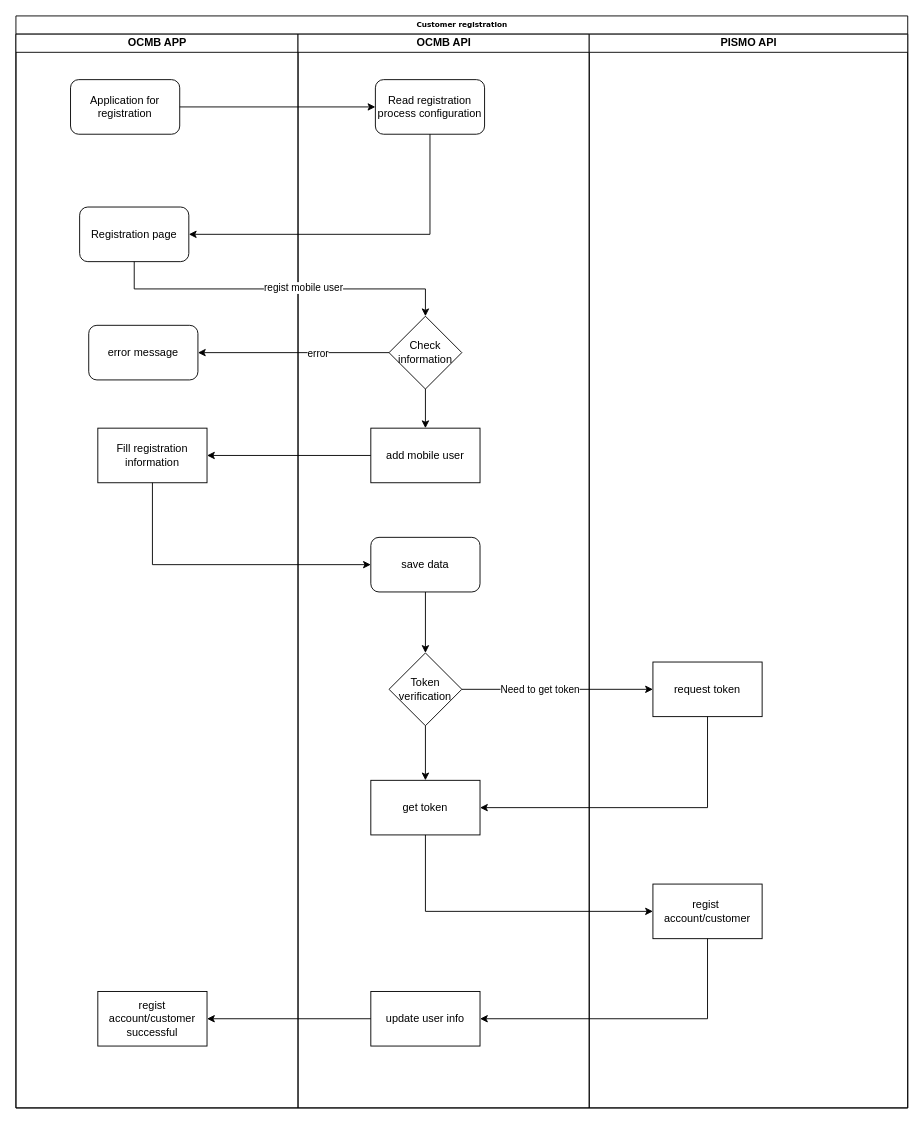
This is user/Untitled Diagram.drawio from jiangwu85/cloud-config-samples, a draw.io file, before an edit. Source tidied: cells renumbered, new cells numbered last; positions are measured from the earlier drawing's top-left corner, leaving out a move shared by most shapes. Both pictures are drawn from the tidied source at 91%, with x=0, y=0 at pixel (15, 15).
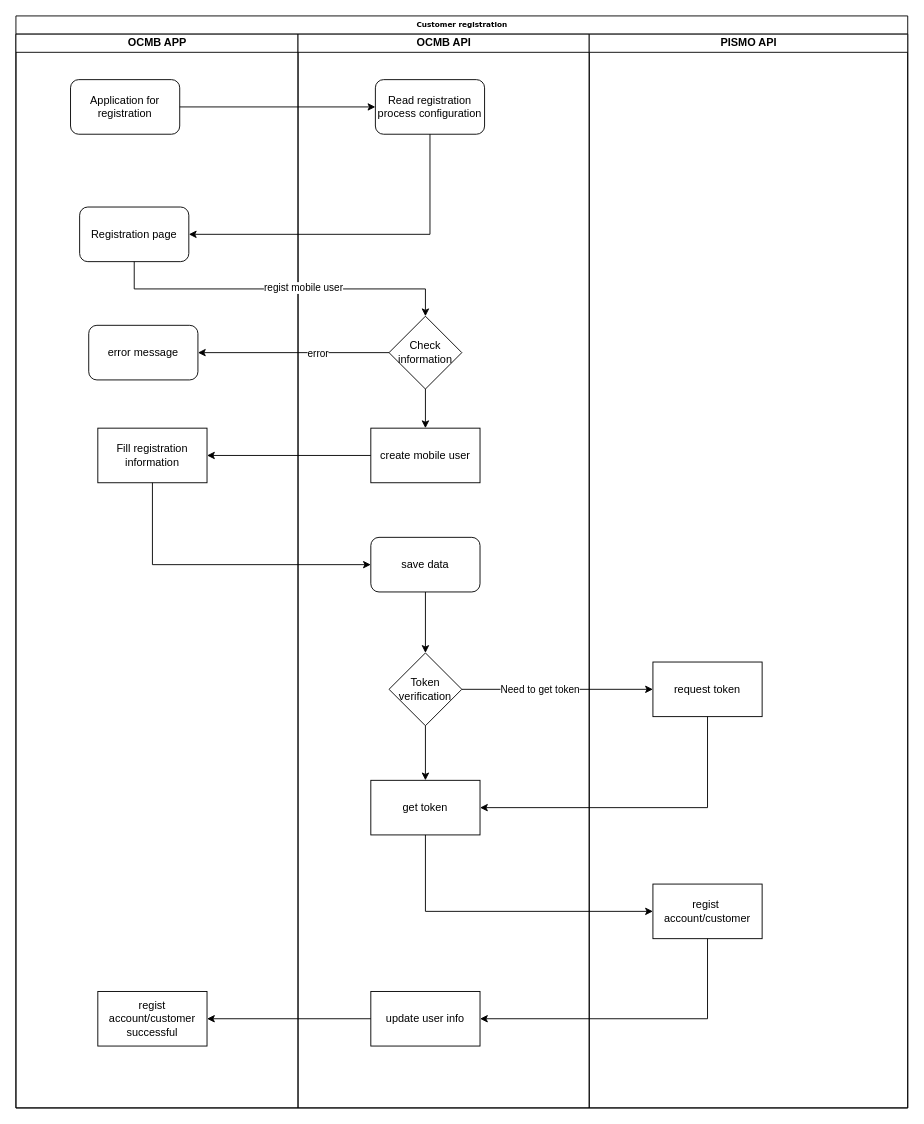
Above is the later version.

The change refers to these unchanged cells:
```xml
<mxCell id="9" value="OCMB API" style="swimlane;html=1;startSize=20;" parent="2" vertex="1">
  <mxGeometry x="310" y="20" width="320" height="1180" as="geometry" />
</mxCell>
```

Diff of the diagram source:
```diff
@@
-    <mxCell id="13" value="add mobile user" style="whiteSpace=wrap;html=1;" parent="9" vertex="1">
+    <mxCell id="13" value="create mobile user" style="whiteSpace=wrap;html=1;" parent="9" vertex="1">
       <mxGeometry x="80" y="433" width="120" height="60" as="geometry" />
     </mxCell>
```
